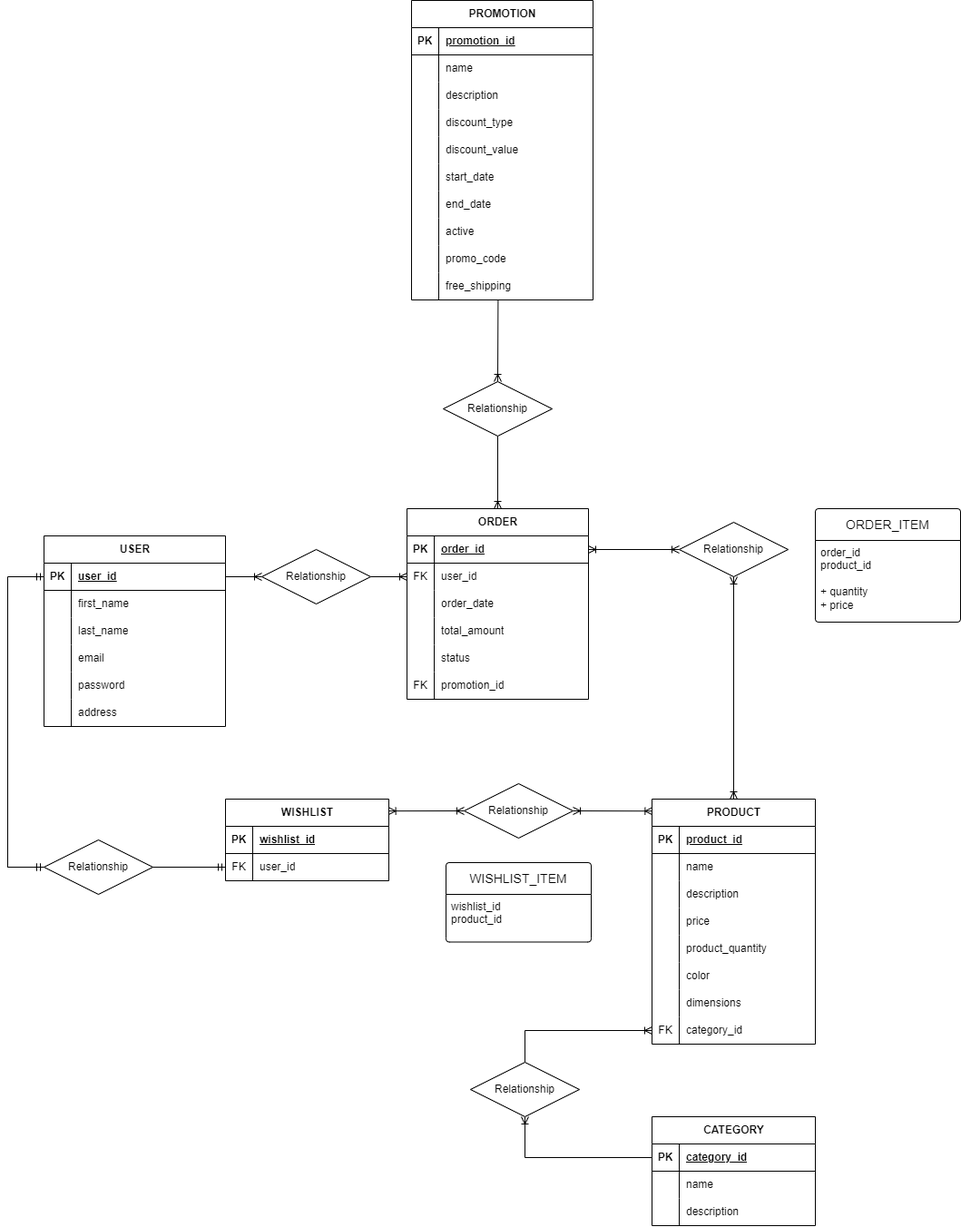
Michecosa/team-1 keeps this draw.io diagram as ER_DIAGRAM/dualia_db.png. Above is the earlier version. Source tidied: cells renumbered, new cells last; positions are measured from the earlier drawing's top-left corner, leaving out a move shared by most shapes.
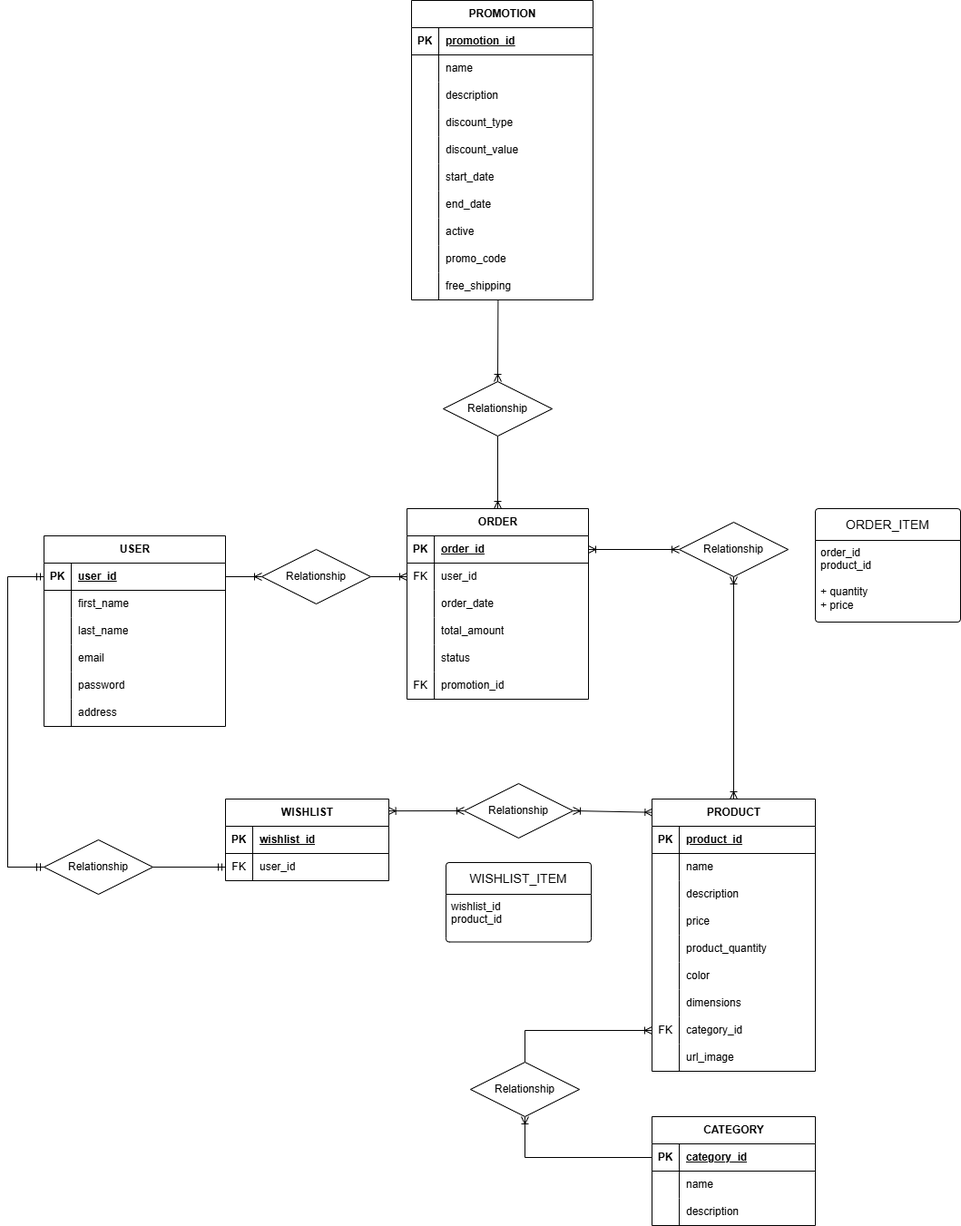
The same file after the commit.

The edit, as a diff of the source:
```diff
@@ -1,4 +1,4 @@
-<mxGraphModel>
+<mxGraphModel background="#ffffff">
   <root>
     <mxCell id="0" />
     <mxCell id="1" parent="0" />
@@ -210,7 +210,7 @@
       <mxGeometry x="30" width="170" height="30" as="geometry" />
     </mxCell>
     <mxCell id="71" value="PRODUCT" style="shape=table;startSize=30;rowLines=0;fontStyle=1;align=center;html=1;" parent="1" vertex="1">
-      <mxGeometry x="710" y="880" width="180" height="270" as="geometry" />
+      <mxGeometry x="710" y="880" width="180" height="300" as="geometry" />
     </mxCell>
     <mxCell id="72" style="shape=tableRow;horizontal=0;startSize=0;swimlaneHead=0;swimlaneBody=0;fillColor=none;top=0;left=0;right=0;bottom=1;" parent="71" vertex="1">
       <mxGeometry y="30" width="180" height="30" as="geometry" />
@@ -284,6 +284,15 @@
     <mxCell id="95" value="category_id" style="shape=partialRectangle;fillColor=none;top=0;left=0;bottom=0;right=0;align=left;spacingLeft=6;overflow=hidden;whiteSpace=wrap;html=1;" parent="93" vertex="1">
       <mxGeometry x="30" width="150" height="30" as="geometry" />
     </mxCell>
+    <mxCell id="135" style="shape=tableRow;horizontal=0;startSize=0;swimlaneHead=0;swimlaneBody=0;fillColor=none;top=0;left=0;right=0;bottom=0;" parent="71" vertex="1">
+      <mxGeometry y="270" width="180" height="30" as="geometry" />
+    </mxCell>
+    <mxCell id="136" style="shape=partialRectangle;fillColor=none;top=0;left=0;bottom=0;right=0;overflow=hidden;whiteSpace=wrap;html=1;" parent="135" vertex="1">
+      <mxGeometry width="30" height="30" as="geometry" />
+    </mxCell>
+    <mxCell id="137" value="url_image" style="shape=partialRectangle;fillColor=none;top=0;left=0;bottom=0;right=0;align=left;spacingLeft=6;overflow=hidden;whiteSpace=wrap;html=1;" parent="135" vertex="1">
+      <mxGeometry x="30" width="150" height="30" as="geometry" />
+    </mxCell>
     <mxCell id="96" value="CATEGORY" style="shape=table;startSize=30;rowLines=0;fontStyle=1;align=center;html=1;" parent="1" vertex="1">
       <mxGeometry x="710" y="1230" width="180" height="120" as="geometry" />
     </mxCell>
```
